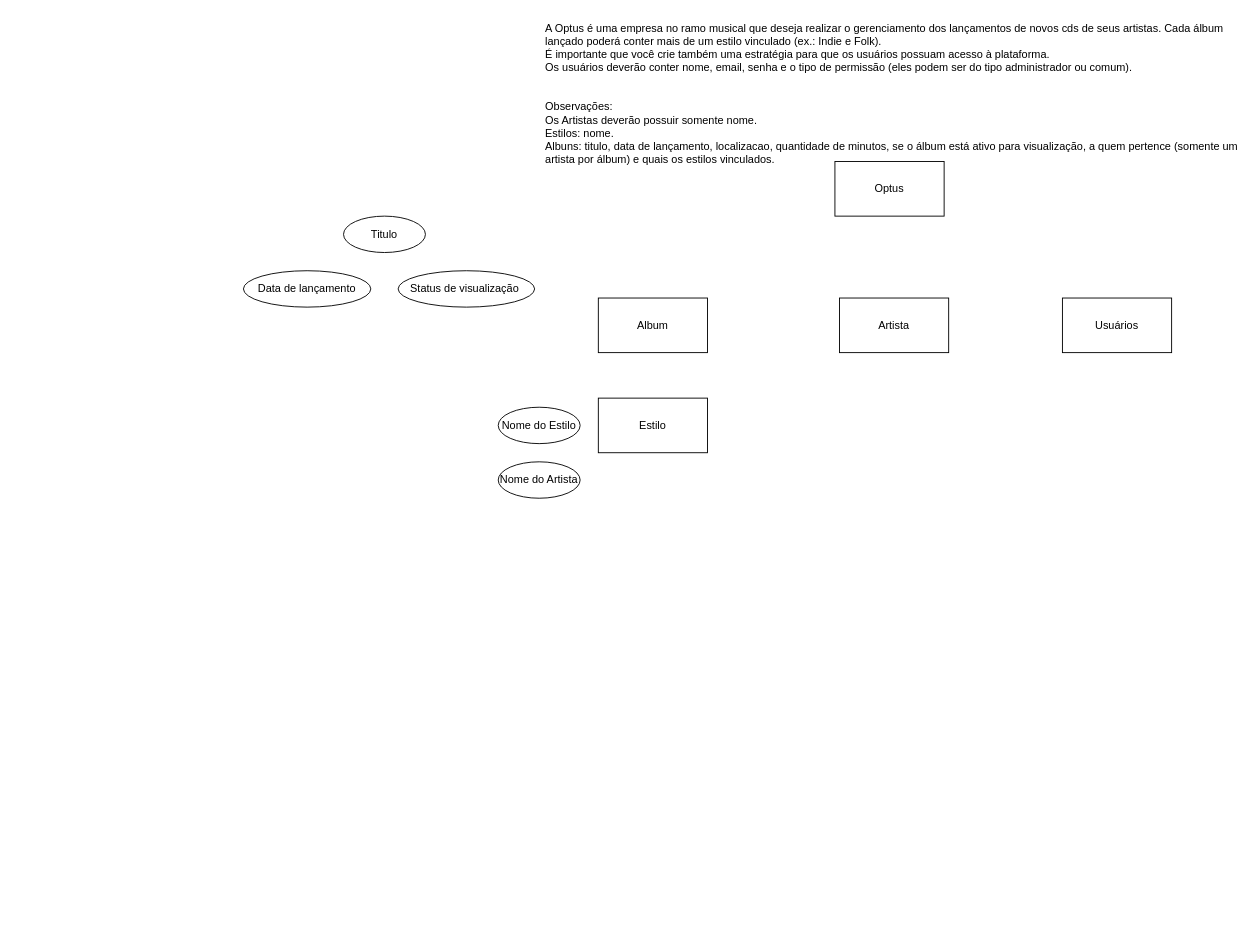
The draw.io diagram sprint 1 - bd/Aula 3 - Exercicios/1.4-exercicio-optus/Diagrama exercicio optus.drawio in vitorianogarol/2-semestre-dev, before the edit. Source tidied: cells renumbered, new cells numbered last; positions are measured from the earlier drawing's top-left corner, leaving out a move shared by most shapes. Both pictures are drawn from the tidied source at 91%, with x=0, y=0 at pixel (243, 15).
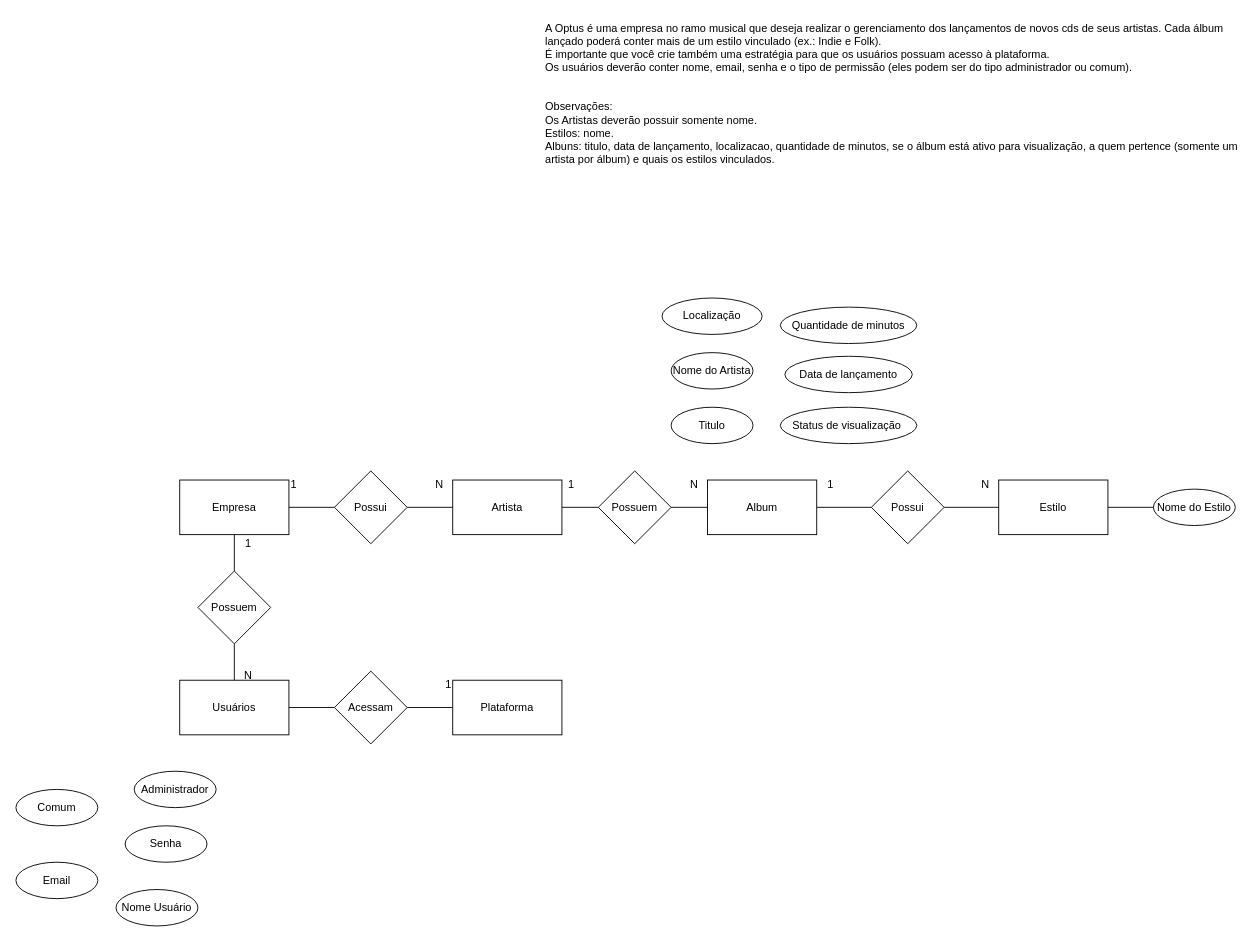
Above is the later version.

What changed in the source:
```diff
@@
+    <mxCell id="13" style="edgeStyle=orthogonalEdgeStyle;rounded=0;jettySize=auto;html=1;endArrow=none;endFill=0;" parent="1" edge="1" source="3" target="27">
+      <mxGeometry relative="1" as="geometry" />
+    </mxCell>
+    <mxCell id="14" style="edgeStyle=orthogonalEdgeStyle;rounded=0;jettySize=auto;html=1;entryX=0;entryY=0.5;entryDx=0;entryDy=0;endArrow=none;endFill=0;" parent="1" edge="1" source="3" target="25">
+      <mxGeometry relative="1" as="geometry" />
+    </mxCell>
-    <mxCell id="3" value="Optus" style="rounded=0;whiteSpace=wrap;html=1;" parent="1" vertex="1">
-      <mxGeometry x="650" y="160" width="120" height="60" as="geometry" />
+    <mxCell id="3" value="Empresa" style="rounded=0;whiteSpace=wrap;html=1;" parent="1" vertex="1">
+      <mxGeometry x="-70" y="510" width="120" height="60" as="geometry" />
     </mxCell>
+    <mxCell id="15" style="edgeStyle=orthogonalEdgeStyle;rounded=0;jettySize=auto;html=1;entryX=0;entryY=0.5;entryDx=0;entryDy=0;endArrow=none;endFill=0;" parent="1" edge="1" source="4" target="33">
+      <mxGeometry relative="1" as="geometry" />
+    </mxCell>
     <mxCell id="4" value="Album" style="rounded=0;whiteSpace=wrap;html=1;" parent="1" vertex="1">
-      <mxGeometry x="390" y="310" width="120" height="60" as="geometry" />
+      <mxGeometry x="510" y="510" width="120" height="60" as="geometry" />
     </mxCell>
+    <mxCell id="16" style="edgeStyle=orthogonalEdgeStyle;rounded=0;jettySize=auto;html=1;entryX=0;entryY=0.5;entryDx=0;entryDy=0;endArrow=none;endFill=0;" parent="1" edge="1" source="5" target="29">
+      <mxGeometry relative="1" as="geometry" />
+    </mxCell>
     <mxCell id="5" value="Usuários" style="rounded=0;whiteSpace=wrap;html=1;" parent="1" vertex="1">
-      <mxGeometry x="900" y="310" width="120" height="60" as="geometry" />
+      <mxGeometry x="-70" y="730" width="120" height="60" as="geometry" />
     </mxCell>
+    <mxCell id="17" style="edgeStyle=orthogonalEdgeStyle;rounded=0;jettySize=auto;html=1;entryX=0;entryY=0.5;entryDx=0;entryDy=0;endArrow=none;endFill=0;" parent="1" edge="1" source="6" target="31">
+      <mxGeometry relative="1" as="geometry" />
+    </mxCell>
     <mxCell id="6" value="Artista" style="rounded=0;whiteSpace=wrap;html=1;" parent="1" vertex="1">
-      <mxGeometry x="655" y="310" width="120" height="60" as="geometry" />
+      <mxGeometry x="230" y="510" width="120" height="60" as="geometry" />
     </mxCell>
+    <mxCell id="18" style="edgeStyle=orthogonalEdgeStyle;rounded=0;jettySize=auto;html=1;entryX=0;entryY=0.5;entryDx=0;entryDy=0;endArrow=none;endFill=0;" parent="1" edge="1" source="7" target="11">
+      <mxGeometry relative="1" as="geometry" />
+    </mxCell>
     <mxCell id="7" value="Estilo" style="rounded=0;whiteSpace=wrap;html=1;" parent="1" vertex="1">
-      <mxGeometry x="390" y="420" width="120" height="60" as="geometry" />
+      <mxGeometry x="830" y="510" width="120" height="60" as="geometry" />
     </mxCell>
     <mxCell id="8" value="Status de visualização&amp;nbsp;" style="ellipse;whiteSpace=wrap;html=1;" parent="1" vertex="1">
-      <mxGeometry x="170" y="280" width="150" height="40" as="geometry" />
+      <mxGeometry x="590" y="430" width="150" height="40" as="geometry" />
     </mxCell>
     <mxCell id="9" value="Titulo" style="ellipse;whiteSpace=wrap;html=1;" parent="1" vertex="1">
-      <mxGeometry x="110" y="220" width="90" height="40" as="geometry" />
+      <mxGeometry x="470" y="430" width="90" height="40" as="geometry" />
     </mxCell>
     <mxCell id="10" value="Data de lançamento" style="ellipse;whiteSpace=wrap;html=1;" parent="1" vertex="1">
-      <mxGeometry y="280" width="140" height="40" as="geometry" />
+      <mxGeometry x="595" y="374" width="140" height="40" as="geometry" />
     </mxCell>
     <mxCell id="11" value="Nome do Estilo" style="ellipse;whiteSpace=wrap;html=1;" parent="1" vertex="1">
-      <mxGeometry x="280" y="430" width="90" height="40" as="geometry" />
+      <mxGeometry x="1000" y="520" width="90" height="40" as="geometry" />
     </mxCell>
     <mxCell id="12" value="Nome do Artista" style="ellipse;whiteSpace=wrap;html=1;" parent="1" vertex="1">
-      <mxGeometry x="280" y="490" width="90" height="40" as="geometry" />
+      <mxGeometry x="470" y="370" width="90" height="40" as="geometry" />
     </mxCell>
+    <mxCell id="19" value="Plataforma" style="rounded=0;whiteSpace=wrap;html=1;" parent="1" vertex="1">
+      <mxGeometry x="230" y="730" width="120" height="60" as="geometry" />
+    </mxCell>
+    <mxCell id="20" value="Email" style="ellipse;whiteSpace=wrap;html=1;" parent="1" vertex="1">
+      <mxGeometry x="-250" y="930" width="90" height="40" as="geometry" />
+    </mxCell>
+    <mxCell id="21" value="Senha" style="ellipse;whiteSpace=wrap;html=1;" parent="1" vertex="1">
+      <mxGeometry x="-130" y="890" width="90" height="40" as="geometry" />
+    </mxCell>
+    <mxCell id="22" value="Administrador" style="ellipse;whiteSpace=wrap;html=1;" parent="1" vertex="1">
+      <mxGeometry x="-120" y="830" width="90" height="40" as="geometry" />
+    </mxCell>
+    <mxCell id="23" value="Comum" style="ellipse;whiteSpace=wrap;html=1;" parent="1" vertex="1">
+      <mxGeometry x="-250" y="850" width="90" height="40" as="geometry" />
+    </mxCell>
+    <mxCell id="24" style="edgeStyle=orthogonalEdgeStyle;rounded=0;jettySize=auto;html=1;endArrow=none;endFill=0;" parent="1" edge="1" source="25" target="6">
+      <mxGeometry relative="1" as="geometry" />
+    </mxCell>
+    <mxCell id="25" value="Possui" style="rhombus;whiteSpace=wrap;html=1;" parent="1" vertex="1">
+      <mxGeometry x="100" y="500" width="80" height="80" as="geometry" />
+    </mxCell>
+    <mxCell id="26" style="edgeStyle=orthogonalEdgeStyle;rounded=0;jettySize=auto;html=1;endArrow=none;endFill=0;" parent="1" edge="1" source="27" target="5">
+      <mxGeometry relative="1" as="geometry" />
+    </mxCell>
+    <mxCell id="27" value="Possuem" style="rhombus;whiteSpace=wrap;html=1;" parent="1" vertex="1">
+      <mxGeometry x="-50" y="610" width="80" height="80" as="geometry" />
+    </mxCell>
+    <mxCell id="28" style="edgeStyle=orthogonalEdgeStyle;rounded=0;jettySize=auto;html=1;endArrow=none;endFill=0;" parent="1" edge="1" source="29" target="19">
+      <mxGeometry relative="1" as="geometry" />
+    </mxCell>
+    <mxCell id="29" value="Acessam" style="rhombus;whiteSpace=wrap;html=1;" parent="1" vertex="1">
+      <mxGeometry x="100" y="720" width="80" height="80" as="geometry" />
+    </mxCell>
+    <mxCell id="30" style="edgeStyle=orthogonalEdgeStyle;rounded=0;jettySize=auto;html=1;entryX=0;entryY=0.5;entryDx=0;entryDy=0;endArrow=none;endFill=0;" parent="1" edge="1" source="31" target="4">
+      <mxGeometry relative="1" as="geometry" />
+    </mxCell>
+    <mxCell id="31" value="Possuem" style="rhombus;whiteSpace=wrap;html=1;" parent="1" vertex="1">
+      <mxGeometry x="390" y="500" width="80" height="80" as="geometry" />
+    </mxCell>
+    <mxCell id="32" style="edgeStyle=orthogonalEdgeStyle;rounded=0;jettySize=auto;html=1;endArrow=none;endFill=0;" parent="1" edge="1" source="33" target="7">
+      <mxGeometry relative="1" as="geometry" />
+    </mxCell>
+    <mxCell id="33" value="Possui" style="rhombus;whiteSpace=wrap;html=1;" parent="1" vertex="1">
+      <mxGeometry x="690" y="500" width="80" height="80" as="geometry" />
+    </mxCell>
+    <mxCell id="34" value="Quantidade de minutos" style="ellipse;whiteSpace=wrap;html=1;" parent="1" vertex="1">
+      <mxGeometry x="590" y="320" width="150" height="40" as="geometry" />
+    </mxCell>
+    <mxCell id="35" value="Nome Usuário" style="ellipse;whiteSpace=wrap;html=1;" parent="1" vertex="1">
+      <mxGeometry x="-140" y="960" width="90" height="40" as="geometry" />
+    </mxCell>
+    <mxCell id="36" value="Localização" style="ellipse;whiteSpace=wrap;html=1;" parent="1" vertex="1">
+      <mxGeometry x="460" y="310" width="110" height="40" as="geometry" />
+    </mxCell>
+    <mxCell id="37" value="1" style="text;html=1;align=center;verticalAlign=middle;strokeColor=none;fillColor=none;" parent="1" vertex="1">
+      <mxGeometry x="40" y="500" width="30" height="30" as="geometry" />
+    </mxCell>
+    <mxCell id="38" value="N" style="text;html=1;align=center;verticalAlign=middle;strokeColor=none;fillColor=none;" parent="1" vertex="1">
+      <mxGeometry x="200" y="500" width="30" height="30" as="geometry" />
+    </mxCell>
+    <mxCell id="39" value="1" style="text;html=1;align=center;verticalAlign=middle;strokeColor=none;fillColor=none;" parent="1" vertex="1">
+      <mxGeometry x="345" y="500" width="30" height="30" as="geometry" />
+    </mxCell>
+    <mxCell id="40" value="N" style="text;html=1;align=center;verticalAlign=middle;strokeColor=none;fillColor=none;" parent="1" vertex="1">
+      <mxGeometry x="480" y="500" width="30" height="30" as="geometry" />
+    </mxCell>
+    <mxCell id="41" value="1" style="text;html=1;align=center;verticalAlign=middle;strokeColor=none;fillColor=none;" parent="1" vertex="1">
+      <mxGeometry x="630" y="500" width="30" height="30" as="geometry" />
+    </mxCell>
+    <mxCell id="42" value="N" style="text;html=1;align=center;verticalAlign=middle;strokeColor=none;fillColor=none;" parent="1" vertex="1">
+      <mxGeometry x="800" y="500" width="30" height="30" as="geometry" />
+    </mxCell>
+    <mxCell id="43" value="1" style="text;html=1;align=center;verticalAlign=middle;strokeColor=none;fillColor=none;" parent="1" vertex="1">
+      <mxGeometry x="-10" y="565" width="30" height="30" as="geometry" />
+    </mxCell>
+    <mxCell id="44" value="N" style="text;html=1;align=center;verticalAlign=middle;strokeColor=none;fillColor=none;" parent="1" vertex="1">
+      <mxGeometry x="-10" y="710" width="30" height="30" as="geometry" />
+    </mxCell>
+    <mxCell id="45" value="1" style="text;html=1;align=center;verticalAlign=middle;strokeColor=none;fillColor=none;" parent="1" vertex="1">
+      <mxGeometry x="210" y="720" width="30" height="30" as="geometry" />
+    </mxCell>
```
